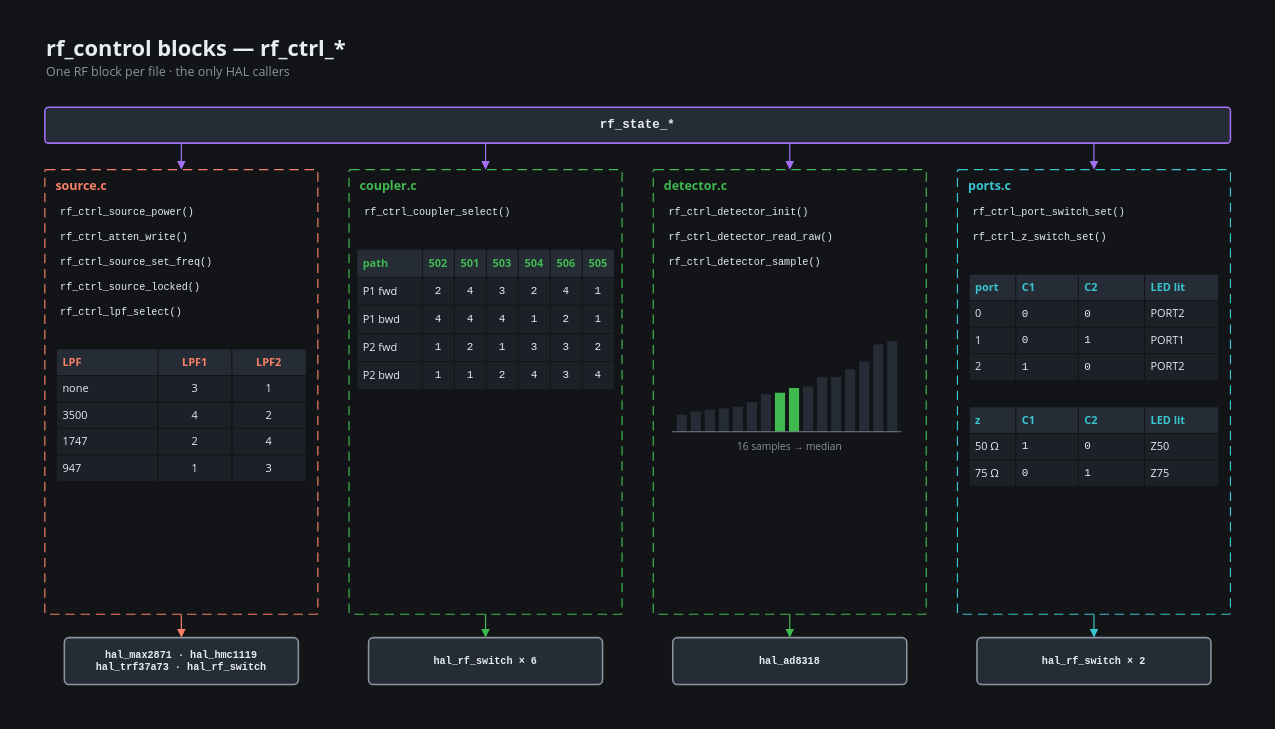
Above: docs/presentation/diagrams/code-07-rf-ctrl-blocks.drawio in ml3rc/SNA (draw.io), before the change. Source tidied: cells renumbered, new cells numbered last; positions are measured from the earlier drawing's top-left corner, leaving out a move shared by most shapes. Both pictures are drawn from the tidied source at 78%, with x=0, y=0 at pixel (13, 13).
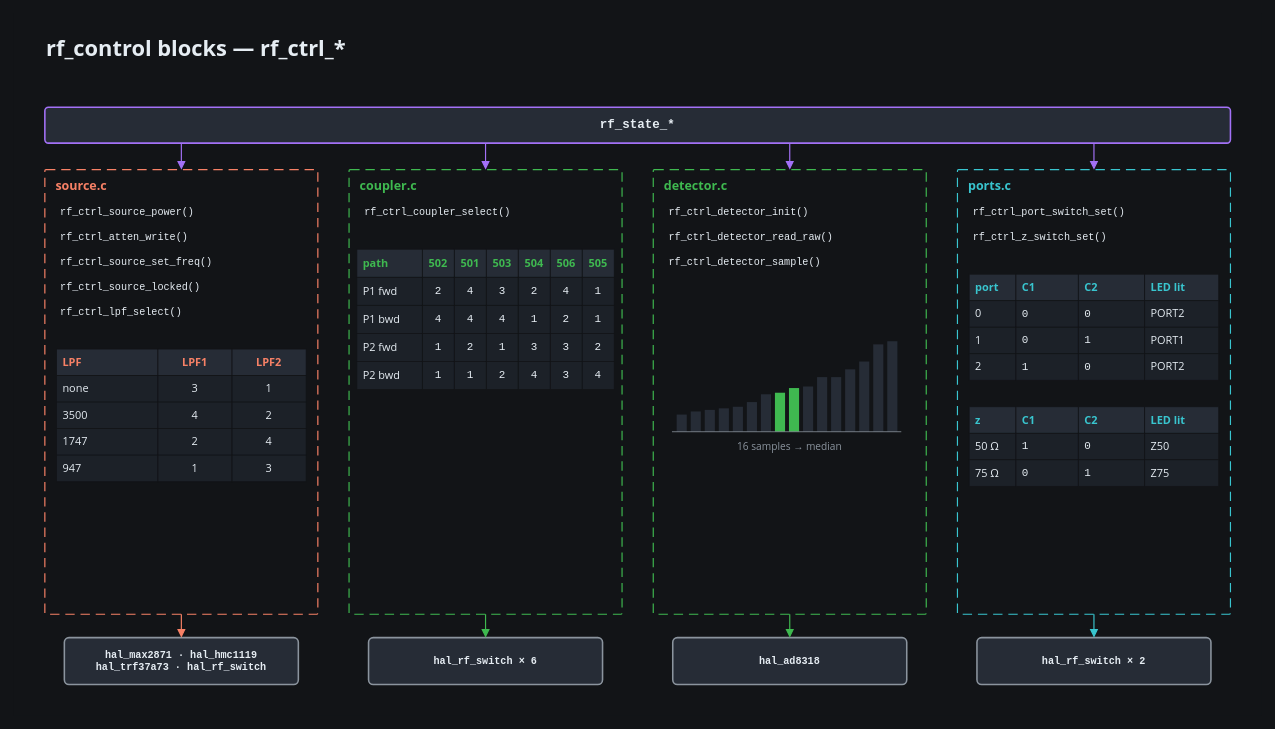
After the change.

What changed in the source:
```diff
@@
-    <mxCell id="8" value="One RF block per file · the only HAL callers" style="text;html=1;whiteSpace=wrap;strokeColor=none;fillColor=none;fontColor=#8B949E;fontFamily=Segoe UI;fontSize=16;fontStyle=0;align=left;verticalAlign=middle;" parent="1" vertex="1">
-      <mxGeometry x="40" y="62" width="1520" height="26" as="geometry" />
-    </mxCell>
```
